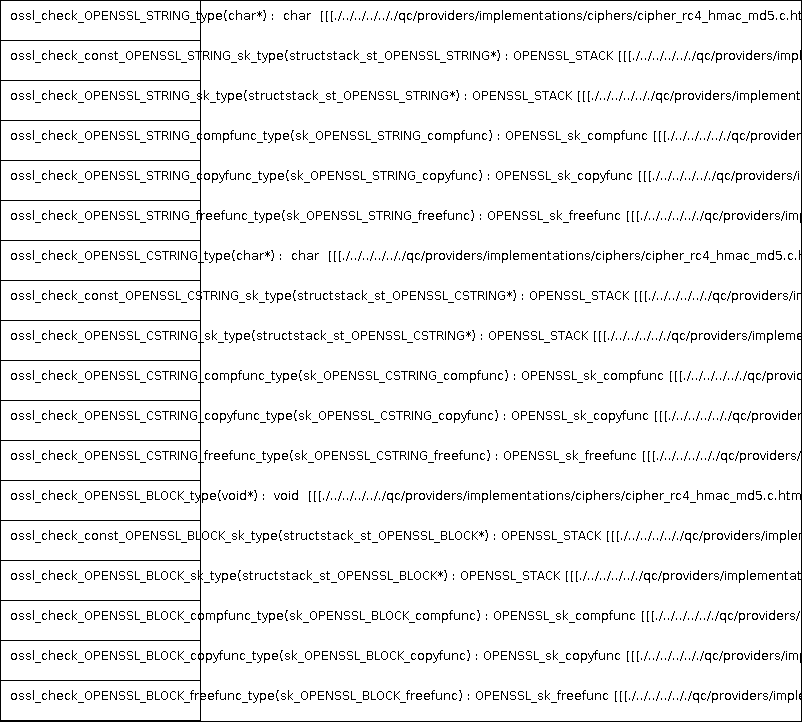
Before: docs/qc/providers/implementations/ciphers/cipher_rc4_hmac_md5.c.png, a diagram exported from PlantUML (qualitesys/openssl). Its source is kept beside it as docs/qc/providers/implementations/ciphers/cipher_rc4_hmac_md5.c.puml.
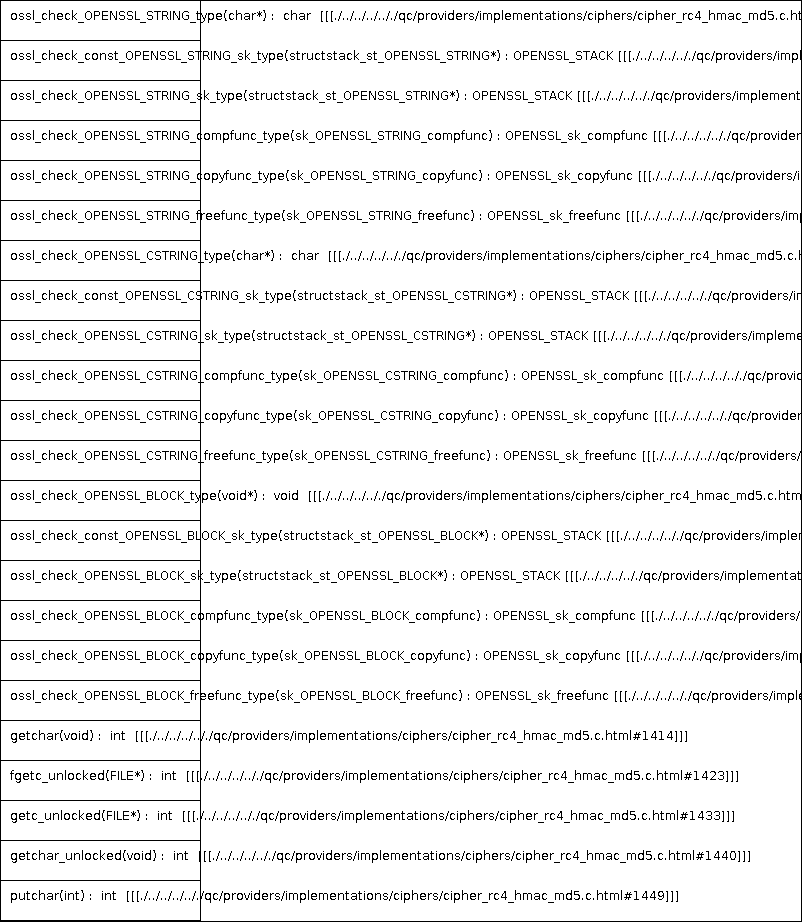
Above is the later version.

Diff of the diagram source:
```diff
@@ -19,5 +19,10 @@
 ossl_check_OPENSSL_BLOCK_compfunc_type(sk_OPENSSL_BLOCK_compfunc) : OPENSSL_sk_compfunc [[[./../../../.././qc/providers/implementations/ciphers/cipher_rc4_hmac_md5.c.html#581]]]
 ossl_check_OPENSSL_BLOCK_copyfunc_type(sk_OPENSSL_BLOCK_copyfunc) : OPENSSL_sk_copyfunc [[[./../../../.././qc/providers/implementations/ciphers/cipher_rc4_hmac_md5.c.html#581]]]
 ossl_check_OPENSSL_BLOCK_freefunc_type(sk_OPENSSL_BLOCK_freefunc) : OPENSSL_sk_freefunc [[[./../../../.././qc/providers/implementations/ciphers/cipher_rc4_hmac_md5.c.html#581]]]
+getchar(void) :  int  [[[./../../../.././qc/providers/implementations/ciphers/cipher_rc4_hmac_md5.c.html#1414]]]
+fgetc_unlocked(FILE*) :  int  [[[./../../../.././qc/providers/implementations/ciphers/cipher_rc4_hmac_md5.c.html#1423]]]
+getc_unlocked(FILE*) :  int  [[[./../../../.././qc/providers/implementations/ciphers/cipher_rc4_hmac_md5.c.html#1433]]]
+getchar_unlocked(void) :  int  [[[./../../../.././qc/providers/implementations/ciphers/cipher_rc4_hmac_md5.c.html#1440]]]
+putchar(int) :  int  [[[./../../../.././qc/providers/implementations/ciphers/cipher_rc4_hmac_md5.c.html#1449]]]
 }
 @enduml
```
